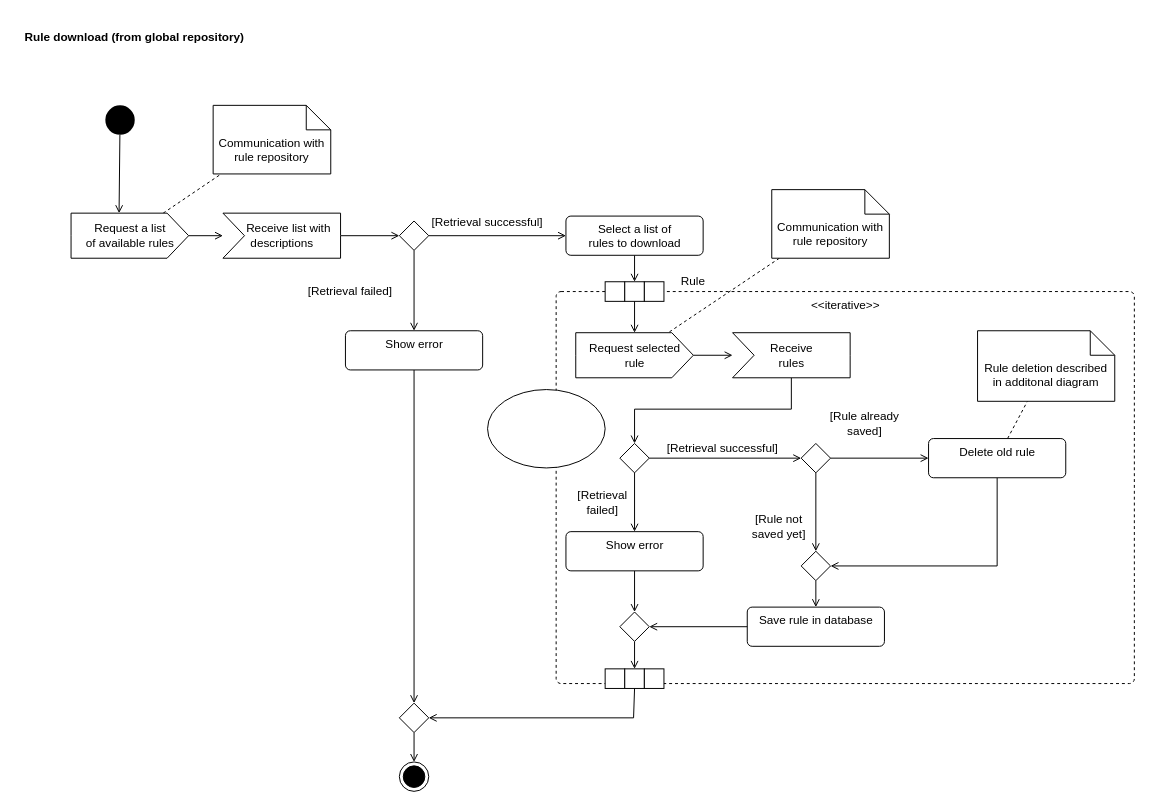
frozzenshooter/LoRaParkAppDocumentation keeps this draw.io diagram as ActivityDiagrams/ActivityDiagramRuleDownload.drawio. Above is the earlier version. Source tidied: cells renumbered, new cells numbered last; positions are measured from the earlier drawing's top-left corner, leaving out a move shared by most shapes. Both pictures are drawn from the tidied source at 98%, with x=0, y=0 at pixel (17, 17).
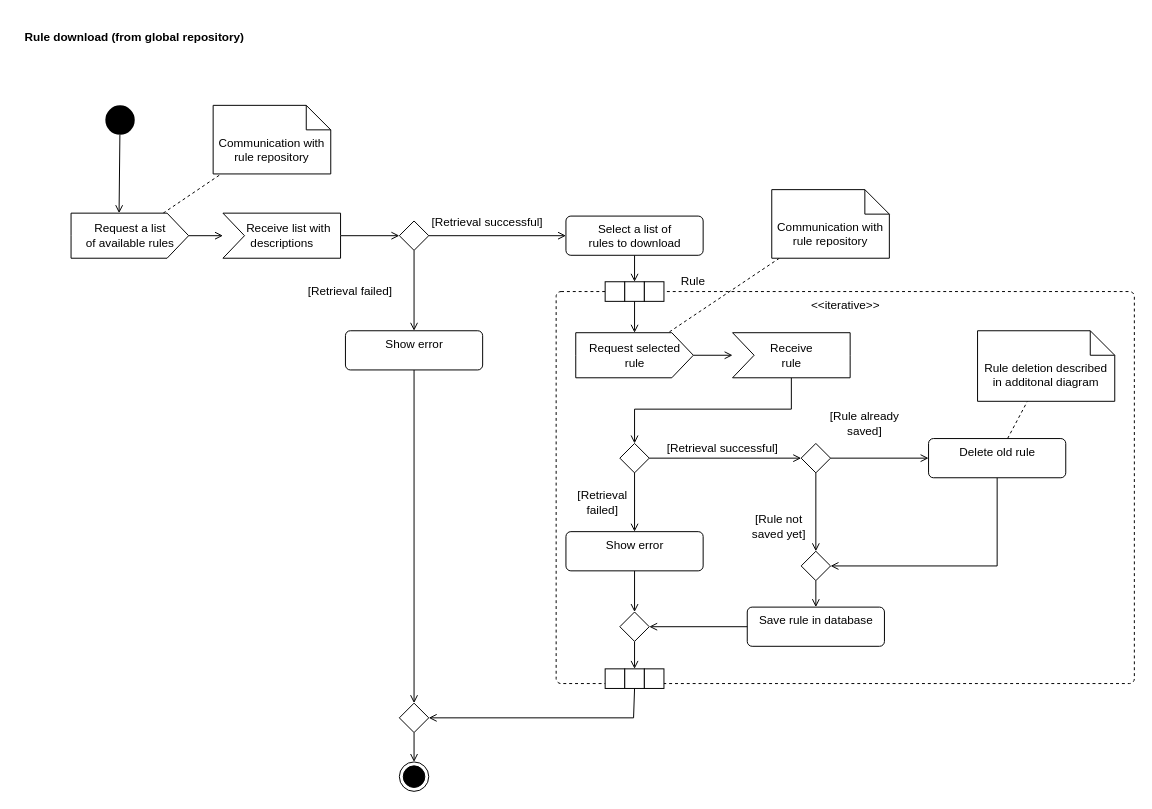
The same diagram, later.

Change to the diagram source:
```diff
@@
-    <mxCell id="11" value="Receive&lt;br&gt;rules" style="html=1;shadow=0;dashed=0;align=center;verticalAlign=middle;shape=mxgraph.arrows2.arrow;dy=0;dx=0;notch=22;" parent="1" vertex="1">
+    <mxCell id="11" value="Receive&lt;br&gt;rule" style="html=1;shadow=0;dashed=0;align=center;verticalAlign=middle;shape=mxgraph.arrows2.arrow;dy=0;dx=0;notch=22;" parent="1" vertex="1">
       <mxGeometry x="730" y="322" width="120" height="46" as="geometry" />
     </mxCell>
@@
-    <mxCell id="63" style="ellipse;whiteSpace=wrap;html=1;" parent="1" vertex="1">
-      <mxGeometry x="480" y="380" width="120" height="80" as="geometry" />
-    </mxCell>
```
